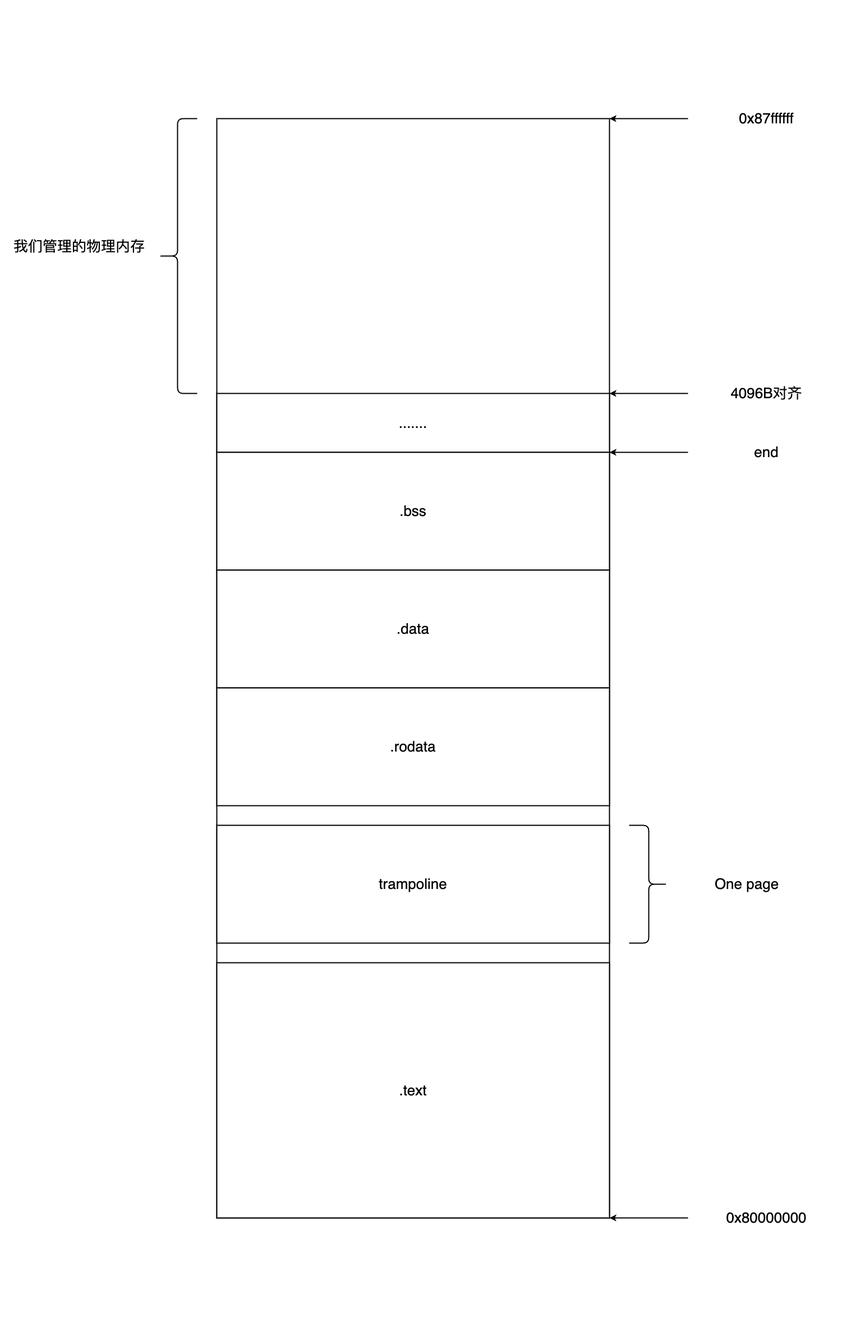
Earlier version of the draw.io export doc/images/我们管理的内存空间布局.png (Firefly-Star/LearnOS). Source tidied: cells renumbered, new cells last; positions are measured from the earlier drawing's top-left corner, leaving out a move shared by most shapes. The source it was exported from:
```xml
<mxGraphModel background="#ffffff">
  <root>
    <mxCell id="0" />
    <mxCell id="1" parent="0" />
    <mxCell id="2" style="group;fontSize=26;" parent="1" vertex="1">
      <mxGeometry width="1540" height="2380" as="geometry" />
    </mxCell>
    <mxCell id="3" style="rounded=0;whiteSpace=wrap;html=1;strokeColor=none;strokeWidth=2;fontSize=26;fontColor=#000000;fillColor=#FFFFFF;" parent="2" vertex="1">
      <mxGeometry width="1540" height="2380" as="geometry" />
    </mxCell>
    <mxCell id="4" style="rounded=0;whiteSpace=wrap;html=1;strokeColor=#000000;fillColor=#FFFFFF;strokeWidth=2;fontSize=26;" parent="2" vertex="1">
      <mxGeometry x="385" y="210" width="700" height="1960" as="geometry" />
    </mxCell>
    <mxCell id="5" value="&lt;font color=&quot;#000000&quot; style=&quot;font-size: 26px;&quot;&gt;.......&lt;/font&gt;" style="rounded=0;whiteSpace=wrap;html=1;strokeColor=#000000;strokeWidth=2;fillColor=#FFFFFF;fontSize=26;" parent="2" vertex="1">
      <mxGeometry x="385" y="700" width="700" height="105" as="geometry" />
    </mxCell>
    <mxCell id="6" value="&lt;font color=&quot;#000000&quot; style=&quot;font-size: 26px;&quot;&gt;.bss&lt;/font&gt;" style="rounded=0;whiteSpace=wrap;html=1;strokeColor=#000000;strokeWidth=2;fillColor=#FFFFFF;fontSize=26;" parent="2" vertex="1">
      <mxGeometry x="385" y="805" width="700" height="210" as="geometry" />
    </mxCell>
    <mxCell id="7" value="&lt;font color=&quot;#000000&quot; style=&quot;font-size: 26px;&quot;&gt;.data&lt;/font&gt;" style="rounded=0;whiteSpace=wrap;html=1;strokeColor=#000000;strokeWidth=2;fillColor=#FFFFFF;fontSize=26;" parent="2" vertex="1">
      <mxGeometry x="385" y="1015" width="700" height="210" as="geometry" />
    </mxCell>
    <mxCell id="8" value="&lt;font color=&quot;#000000&quot; style=&quot;font-size: 26px;&quot;&gt;.rodata&lt;/font&gt;" style="rounded=0;whiteSpace=wrap;html=1;strokeColor=#000000;strokeWidth=2;fillColor=#FFFFFF;fontSize=26;" parent="2" vertex="1">
      <mxGeometry x="385" y="1225" width="700" height="210" as="geometry" />
    </mxCell>
    <mxCell id="9" value="&lt;font color=&quot;#000000&quot; style=&quot;font-size: 26px;&quot;&gt;trampoline&lt;/font&gt;" style="rounded=0;whiteSpace=wrap;html=1;strokeColor=#000000;strokeWidth=2;fillColor=#FFFFFF;fontSize=26;" parent="2" vertex="1">
      <mxGeometry x="385" y="1470" width="700" height="210" as="geometry" />
    </mxCell>
    <mxCell id="10" value="&lt;font color=&quot;#000000&quot; style=&quot;font-size: 26px;&quot;&gt;.text&lt;/font&gt;" style="rounded=0;whiteSpace=wrap;html=1;strokeColor=#000000;strokeWidth=2;fillColor=#FFFFFF;fontSize=26;" parent="2" vertex="1">
      <mxGeometry x="385" y="1715" width="700" height="455" as="geometry" />
    </mxCell>
    <mxCell id="11" style="shape=curlyBracket;whiteSpace=wrap;html=1;rounded=1;flipH=1;labelPosition=right;verticalLabelPosition=middle;align=left;verticalAlign=middle;strokeColor=#000000;strokeWidth=2;fontSize=26;fontColor=#000000;fillColor=#FFFFFF;" parent="2" vertex="1">
      <mxGeometry x="1120" y="1470" width="70" height="210" as="geometry" />
    </mxCell>
    <mxCell id="12" value="One page" style="text;html=1;strokeColor=none;fillColor=none;align=center;verticalAlign=middle;whiteSpace=wrap;rounded=0;strokeWidth=2;fontSize=26;fontColor=#000000;" parent="2" vertex="1">
      <mxGeometry x="1190" y="1522.5" width="280" height="105" as="geometry" />
    </mxCell>
    <mxCell id="13" value="我们管理的物理内存" style="text;html=1;strokeColor=none;fillColor=none;align=center;verticalAlign=middle;whiteSpace=wrap;rounded=0;strokeWidth=2;fontSize=26;fontColor=#000000;" parent="2" vertex="1">
      <mxGeometry y="385" width="280" height="105" as="geometry" />
    </mxCell>
    <mxCell id="14" style="shape=curlyBracket;whiteSpace=wrap;html=1;rounded=1;labelPosition=left;verticalLabelPosition=middle;align=right;verticalAlign=middle;strokeColor=#000000;strokeWidth=2;fontSize=26;fontColor=#000000;fillColor=#FFFFFF;" parent="2" vertex="1">
      <mxGeometry x="280" y="210" width="70" height="490" as="geometry" />
    </mxCell>
    <mxCell id="15" style="endArrow=classic;html=1;fontSize=26;fontColor=#000000;entryX=1;entryY=0;entryDx=0;entryDy=0;strokeColor=#000000;strokeWidth=2;" parent="2" edge="1" target="4">
      <mxGeometry relative="1" as="geometry">
        <mxPoint x="1225" y="210" as="sourcePoint" />
      </mxGeometry>
    </mxCell>
    <mxCell id="16" value="0x87ffffff" style="text;html=1;strokeColor=none;fillColor=none;align=center;verticalAlign=middle;whiteSpace=wrap;rounded=0;strokeWidth=2;fontSize=26;fontColor=#000000;" parent="2" vertex="1">
      <mxGeometry x="1225" y="157.5" width="280" height="105" as="geometry" />
    </mxCell>
    <mxCell id="17" style="endArrow=classic;html=1;fontSize=26;fontColor=#000000;entryX=1;entryY=0;entryDx=0;entryDy=0;strokeColor=#000000;strokeWidth=2;" parent="2" edge="1">
      <mxGeometry relative="1" as="geometry">
        <mxPoint x="1225" y="700" as="sourcePoint" />
        <mxPoint x="1085" y="700" as="targetPoint" />
      </mxGeometry>
    </mxCell>
    <mxCell id="18" value="4096B对齐" style="text;html=1;strokeColor=none;fillColor=none;align=center;verticalAlign=middle;whiteSpace=wrap;rounded=0;strokeWidth=2;fontSize=26;fontColor=#000000;" parent="2" vertex="1">
      <mxGeometry x="1225" y="647.5" width="280" height="105" as="geometry" />
    </mxCell>
    <mxCell id="19" style="endArrow=classic;html=1;fontSize=26;fontColor=#000000;entryX=1;entryY=0;entryDx=0;entryDy=0;strokeColor=#000000;strokeWidth=2;" parent="2" edge="1">
      <mxGeometry relative="1" as="geometry">
        <mxPoint x="1225" y="805" as="sourcePoint" />
        <mxPoint x="1085" y="805" as="targetPoint" />
      </mxGeometry>
    </mxCell>
    <mxCell id="20" value="end" style="text;html=1;strokeColor=none;fillColor=none;align=center;verticalAlign=middle;whiteSpace=wrap;rounded=0;strokeWidth=2;fontSize=26;fontColor=#000000;" parent="2" vertex="1">
      <mxGeometry x="1225" y="752.5" width="280" height="105" as="geometry" />
    </mxCell>
    <mxCell id="21" style="endArrow=classic;html=1;fontSize=26;fontColor=#000000;entryX=1;entryY=0;entryDx=0;entryDy=0;strokeColor=#000000;strokeWidth=2;" parent="2" edge="1">
      <mxGeometry relative="1" as="geometry">
        <mxPoint x="1225" y="2170" as="sourcePoint" />
        <mxPoint x="1085" y="2170" as="targetPoint" />
      </mxGeometry>
    </mxCell>
    <mxCell id="22" value="0x80000000" style="text;html=1;strokeColor=none;fillColor=none;align=center;verticalAlign=middle;whiteSpace=wrap;rounded=0;strokeWidth=2;fontSize=26;fontColor=#000000;" parent="2" vertex="1">
      <mxGeometry x="1225" y="2117.5" width="280" height="105" as="geometry" />
    </mxCell>
  </root>
</mxGraphModel>
```
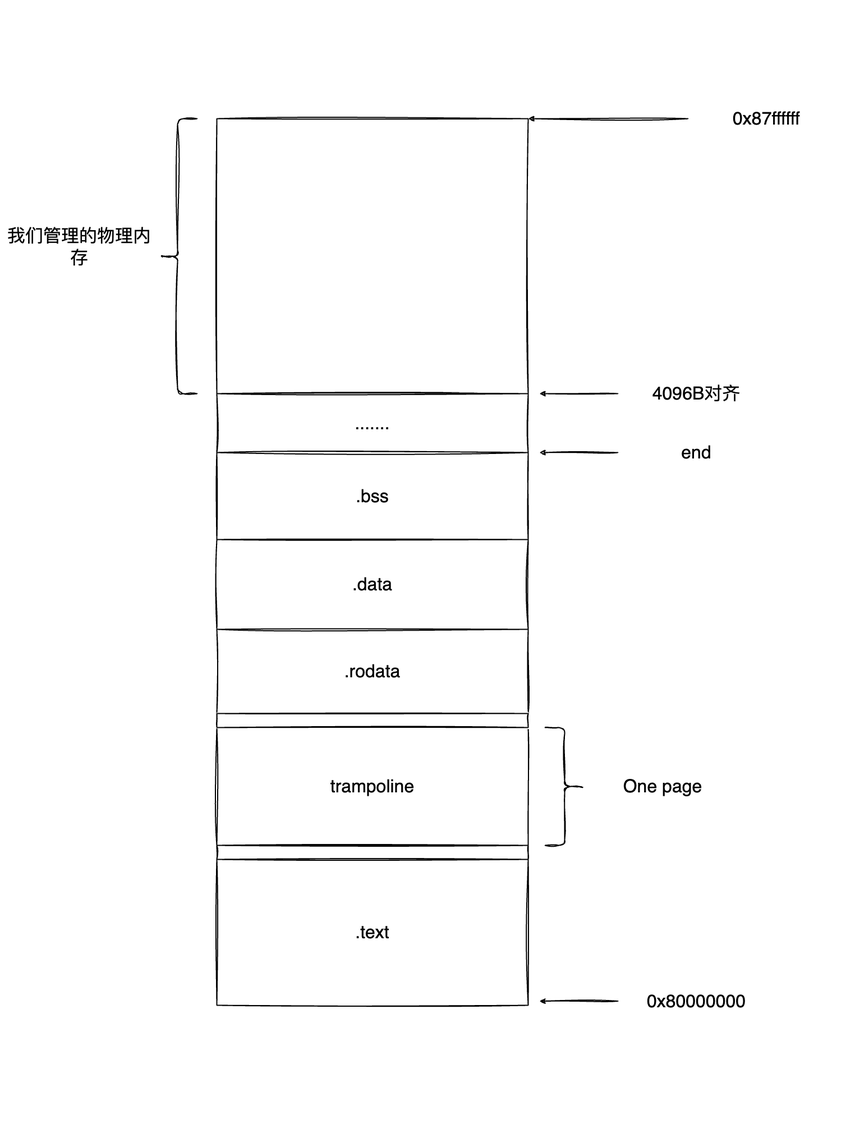
After the commit.

What changed in the source:
```diff
@@ -2,79 +2,82 @@
   <root>
     <mxCell id="0" />
     <mxCell id="1" parent="0" />
-    <mxCell id="2" style="group;fontSize=26;" parent="1" vertex="1">
-      <mxGeometry width="1540" height="2380" as="geometry" />
-    </mxCell>
-    <mxCell id="3" style="rounded=0;whiteSpace=wrap;html=1;strokeColor=none;strokeWidth=2;fontSize=26;fontColor=#000000;fillColor=#FFFFFF;" parent="2" vertex="1">
-      <mxGeometry width="1540" height="2380" as="geometry" />
+    <mxCell id="3" style="rounded=0;whiteSpace=wrap;html=1;strokeColor=none;strokeWidth=2;fontSize=32;fontColor=#000000;fillColor=#FFFFFF;sketch=1;curveFitting=1;jiggle=2;shadow=0;" parent="1" vertex="1">
+      <mxGeometry width="1450" height="2000" as="geometry" />
     </mxCell>
-    <mxCell id="4" style="rounded=0;whiteSpace=wrap;html=1;strokeColor=#000000;fillColor=#FFFFFF;strokeWidth=2;fontSize=26;" parent="2" vertex="1">
-      <mxGeometry x="385" y="210" width="700" height="1960" as="geometry" />
+    <mxCell id="4" style="rounded=0;whiteSpace=wrap;html=1;strokeColor=#000000;fillColor=#FFFFFF;strokeWidth=2;fontSize=32;sketch=1;curveFitting=1;jiggle=2;shadow=0;" parent="1" vertex="1">
+      <mxGeometry x="385" y="210" width="555" height="490" as="geometry" />
     </mxCell>
-    <mxCell id="5" value="&lt;font color=&quot;#000000&quot; style=&quot;font-size: 26px;&quot;&gt;.......&lt;/font&gt;" style="rounded=0;whiteSpace=wrap;html=1;strokeColor=#000000;strokeWidth=2;fillColor=#FFFFFF;fontSize=26;" parent="2" vertex="1">
-      <mxGeometry x="385" y="700" width="700" height="105" as="geometry" />
+    <mxCell id="5" value="&lt;font color=&quot;#000000&quot; style=&quot;font-size: 32px;&quot;&gt;.......&lt;/font&gt;" style="rounded=0;whiteSpace=wrap;html=1;strokeColor=#000000;strokeWidth=2;fillColor=#FFFFFF;fontSize=32;sketch=1;curveFitting=1;jiggle=2;shadow=0;" parent="1" vertex="1">
+      <mxGeometry x="385" y="700" width="555" height="105" as="geometry" />
     </mxCell>
-    <mxCell id="6" value="&lt;font color=&quot;#000000&quot; style=&quot;font-size: 26px;&quot;&gt;.bss&lt;/font&gt;" style="rounded=0;whiteSpace=wrap;html=1;strokeColor=#000000;strokeWidth=2;fillColor=#FFFFFF;fontSize=26;" parent="2" vertex="1">
-      <mxGeometry x="385" y="805" width="700" height="210" as="geometry" />
+    <mxCell id="6" value="&lt;font color=&quot;#000000&quot; style=&quot;font-size: 32px;&quot;&gt;.bss&lt;/font&gt;" style="rounded=0;whiteSpace=wrap;html=1;strokeColor=#000000;strokeWidth=2;fillColor=#FFFFFF;fontSize=32;sketch=1;curveFitting=1;jiggle=2;shadow=0;" parent="1" vertex="1">
+      <mxGeometry x="385" y="805" width="555" height="155" as="geometry" />
     </mxCell>
-    <mxCell id="7" value="&lt;font color=&quot;#000000&quot; style=&quot;font-size: 26px;&quot;&gt;.data&lt;/font&gt;" style="rounded=0;whiteSpace=wrap;html=1;strokeColor=#000000;strokeWidth=2;fillColor=#FFFFFF;fontSize=26;" parent="2" vertex="1">
-      <mxGeometry x="385" y="1015" width="700" height="210" as="geometry" />
+    <mxCell id="7" value="&lt;font color=&quot;#000000&quot; style=&quot;font-size: 32px;&quot;&gt;.data&lt;/font&gt;" style="rounded=0;whiteSpace=wrap;html=1;strokeColor=#000000;strokeWidth=2;fillColor=#FFFFFF;fontSize=32;sketch=1;curveFitting=1;jiggle=2;shadow=0;" parent="1" vertex="1">
+      <mxGeometry x="385" y="960" width="555" height="160" as="geometry" />
     </mxCell>
-    <mxCell id="8" value="&lt;font color=&quot;#000000&quot; style=&quot;font-size: 26px;&quot;&gt;.rodata&lt;/font&gt;" style="rounded=0;whiteSpace=wrap;html=1;strokeColor=#000000;strokeWidth=2;fillColor=#FFFFFF;fontSize=26;" parent="2" vertex="1">
-      <mxGeometry x="385" y="1225" width="700" height="210" as="geometry" />
+    <mxCell id="8" value="&lt;font color=&quot;#000000&quot; style=&quot;font-size: 32px;&quot;&gt;.rodata&lt;/font&gt;" style="rounded=0;whiteSpace=wrap;html=1;strokeColor=#000000;strokeWidth=2;fillColor=#FFFFFF;fontSize=32;sketch=1;curveFitting=1;jiggle=2;shadow=0;" parent="1" vertex="1">
+      <mxGeometry x="385" y="1120" width="555" height="150" as="geometry" />
     </mxCell>
-    <mxCell id="9" value="&lt;font color=&quot;#000000&quot; style=&quot;font-size: 26px;&quot;&gt;trampoline&lt;/font&gt;" style="rounded=0;whiteSpace=wrap;html=1;strokeColor=#000000;strokeWidth=2;fillColor=#FFFFFF;fontSize=26;" parent="2" vertex="1">
-      <mxGeometry x="385" y="1470" width="700" height="210" as="geometry" />
+    <mxCell id="9" value="&lt;font color=&quot;#000000&quot; style=&quot;font-size: 32px;&quot;&gt;trampoline&lt;/font&gt;" style="rounded=0;whiteSpace=wrap;html=1;strokeColor=#000000;strokeWidth=2;fillColor=#FFFFFF;fontSize=32;sketch=1;curveFitting=1;jiggle=2;shadow=0;" parent="1" vertex="1">
+      <mxGeometry x="385" y="1295" width="555" height="210" as="geometry" />
     </mxCell>
-    <mxCell id="10" value="&lt;font color=&quot;#000000&quot; style=&quot;font-size: 26px;&quot;&gt;.text&lt;/font&gt;" style="rounded=0;whiteSpace=wrap;html=1;strokeColor=#000000;strokeWidth=2;fillColor=#FFFFFF;fontSize=26;" parent="2" vertex="1">
-      <mxGeometry x="385" y="1715" width="700" height="455" as="geometry" />
+    <mxCell id="10" value="&lt;font color=&quot;#000000&quot; style=&quot;font-size: 32px;&quot;&gt;.text&lt;/font&gt;" style="rounded=0;whiteSpace=wrap;html=1;strokeColor=#000000;strokeWidth=2;fillColor=#FFFFFF;fontSize=32;sketch=1;curveFitting=1;jiggle=2;shadow=0;" parent="1" vertex="1">
+      <mxGeometry x="385" y="1530" width="555" height="260" as="geometry" />
     </mxCell>
-    <mxCell id="11" style="shape=curlyBracket;whiteSpace=wrap;html=1;rounded=1;flipH=1;labelPosition=right;verticalLabelPosition=middle;align=left;verticalAlign=middle;strokeColor=#000000;strokeWidth=2;fontSize=26;fontColor=#000000;fillColor=#FFFFFF;" parent="2" vertex="1">
-      <mxGeometry x="1120" y="1470" width="70" height="210" as="geometry" />
+    <mxCell id="11" style="shape=curlyBracket;whiteSpace=wrap;html=1;rounded=1;flipH=1;labelPosition=right;verticalLabelPosition=middle;align=left;verticalAlign=middle;strokeColor=#000000;strokeWidth=2;fontSize=32;fontColor=#000000;fillColor=#FFFFFF;sketch=1;curveFitting=1;jiggle=2;shadow=0;" parent="1" vertex="1">
+      <mxGeometry x="970" y="1295" width="70" height="210" as="geometry" />
     </mxCell>
-    <mxCell id="12" value="One page" style="text;html=1;strokeColor=none;fillColor=none;align=center;verticalAlign=middle;whiteSpace=wrap;rounded=0;strokeWidth=2;fontSize=26;fontColor=#000000;" parent="2" vertex="1">
-      <mxGeometry x="1190" y="1522.5" width="280" height="105" as="geometry" />
+    <mxCell id="12" value="One page" style="text;html=1;strokeColor=none;fillColor=none;align=center;verticalAlign=middle;whiteSpace=wrap;rounded=0;strokeWidth=2;fontSize=32;fontColor=#000000;sketch=1;curveFitting=1;jiggle=2;shadow=0;" parent="1" vertex="1">
+      <mxGeometry x="1040" y="1347.5" width="280" height="105" as="geometry" />
     </mxCell>
-    <mxCell id="13" value="我们管理的物理内存" style="text;html=1;strokeColor=none;fillColor=none;align=center;verticalAlign=middle;whiteSpace=wrap;rounded=0;strokeWidth=2;fontSize=26;fontColor=#000000;" parent="2" vertex="1">
+    <mxCell id="13" value="我们管理的物理内存" style="text;html=1;strokeColor=none;fillColor=none;align=center;verticalAlign=middle;whiteSpace=wrap;rounded=0;strokeWidth=2;fontSize=32;fontColor=#000000;sketch=1;curveFitting=1;jiggle=2;shadow=0;" parent="1" vertex="1">
       <mxGeometry y="385" width="280" height="105" as="geometry" />
     </mxCell>
-    <mxCell id="14" style="shape=curlyBracket;whiteSpace=wrap;html=1;rounded=1;labelPosition=left;verticalLabelPosition=middle;align=right;verticalAlign=middle;strokeColor=#000000;strokeWidth=2;fontSize=26;fontColor=#000000;fillColor=#FFFFFF;" parent="2" vertex="1">
+    <mxCell id="14" style="shape=curlyBracket;whiteSpace=wrap;html=1;rounded=1;labelPosition=left;verticalLabelPosition=middle;align=right;verticalAlign=middle;strokeColor=#000000;strokeWidth=2;fontSize=32;fontColor=#000000;fillColor=#FFFFFF;sketch=1;curveFitting=1;jiggle=2;shadow=0;" parent="1" vertex="1">
       <mxGeometry x="280" y="210" width="70" height="490" as="geometry" />
     </mxCell>
-    <mxCell id="15" style="endArrow=classic;html=1;fontSize=26;fontColor=#000000;entryX=1;entryY=0;entryDx=0;entryDy=0;strokeColor=#000000;strokeWidth=2;" parent="2" edge="1" target="4">
+    <mxCell id="15" style="endArrow=classic;html=1;fontSize=32;fontColor=#000000;entryX=1;entryY=0;entryDx=0;entryDy=0;strokeColor=#000000;strokeWidth=2;sketch=1;curveFitting=1;jiggle=2;shadow=0;" parent="1" edge="1" target="4">
       <mxGeometry relative="1" as="geometry">
         <mxPoint x="1225" y="210" as="sourcePoint" />
       </mxGeometry>
     </mxCell>
-    <mxCell id="16" value="0x87ffffff" style="text;html=1;strokeColor=none;fillColor=none;align=center;verticalAlign=middle;whiteSpace=wrap;rounded=0;strokeWidth=2;fontSize=26;fontColor=#000000;" parent="2" vertex="1">
+    <mxCell id="16" value="0x87ffffff" style="text;html=1;strokeColor=none;fillColor=none;align=center;verticalAlign=middle;whiteSpace=wrap;rounded=0;strokeWidth=2;fontSize=32;fontColor=#000000;sketch=1;curveFitting=1;jiggle=2;shadow=0;" parent="1" vertex="1">
       <mxGeometry x="1225" y="157.5" width="280" height="105" as="geometry" />
     </mxCell>
-    <mxCell id="17" style="endArrow=classic;html=1;fontSize=26;fontColor=#000000;entryX=1;entryY=0;entryDx=0;entryDy=0;strokeColor=#000000;strokeWidth=2;" parent="2" edge="1">
+    <mxCell id="17" style="endArrow=classic;html=1;fontSize=32;fontColor=#000000;entryX=1;entryY=0;entryDx=0;entryDy=0;strokeColor=#000000;strokeWidth=2;sketch=1;curveFitting=1;jiggle=2;shadow=0;" parent="1" edge="1">
       <mxGeometry relative="1" as="geometry">
-        <mxPoint x="1225" y="700" as="sourcePoint" />
-        <mxPoint x="1085" y="700" as="targetPoint" />
+        <mxPoint x="1100" y="700" as="sourcePoint" />
+        <mxPoint x="960" y="700" as="targetPoint" />
       </mxGeometry>
     </mxCell>
-    <mxCell id="18" value="4096B对齐" style="text;html=1;strokeColor=none;fillColor=none;align=center;verticalAlign=middle;whiteSpace=wrap;rounded=0;strokeWidth=2;fontSize=26;fontColor=#000000;" parent="2" vertex="1">
-      <mxGeometry x="1225" y="647.5" width="280" height="105" as="geometry" />
+    <mxCell id="18" value="4096B对齐" style="text;html=1;strokeColor=none;fillColor=none;align=center;verticalAlign=middle;whiteSpace=wrap;rounded=0;strokeWidth=2;fontSize=32;fontColor=#000000;sketch=1;curveFitting=1;jiggle=2;shadow=0;" parent="1" vertex="1">
+      <mxGeometry x="1100" y="647.5" width="280" height="105" as="geometry" />
     </mxCell>
-    <mxCell id="19" style="endArrow=classic;html=1;fontSize=26;fontColor=#000000;entryX=1;entryY=0;entryDx=0;entryDy=0;strokeColor=#000000;strokeWidth=2;" parent="2" edge="1">
+    <mxCell id="19" style="endArrow=classic;html=1;fontSize=32;fontColor=#000000;entryX=1;entryY=0;entryDx=0;entryDy=0;strokeColor=#000000;strokeWidth=2;sketch=1;curveFitting=1;jiggle=2;shadow=0;" parent="1" edge="1">
       <mxGeometry relative="1" as="geometry">
-        <mxPoint x="1225" y="805" as="sourcePoint" />
-        <mxPoint x="1085" y="805" as="targetPoint" />
+        <mxPoint x="1100" y="805" as="sourcePoint" />
+        <mxPoint x="960" y="805" as="targetPoint" />
       </mxGeometry>
     </mxCell>
-    <mxCell id="20" value="end" style="text;html=1;strokeColor=none;fillColor=none;align=center;verticalAlign=middle;whiteSpace=wrap;rounded=0;strokeWidth=2;fontSize=26;fontColor=#000000;" parent="2" vertex="1">
-      <mxGeometry x="1225" y="752.5" width="280" height="105" as="geometry" />
+    <mxCell id="20" value="end" style="text;html=1;strokeColor=none;fillColor=none;align=center;verticalAlign=middle;whiteSpace=wrap;rounded=0;strokeWidth=2;fontSize=32;fontColor=#000000;sketch=1;curveFitting=1;jiggle=2;shadow=0;" parent="1" vertex="1">
+      <mxGeometry x="1100" y="752.5" width="280" height="105" as="geometry" />
     </mxCell>
-    <mxCell id="21" style="endArrow=classic;html=1;fontSize=26;fontColor=#000000;entryX=1;entryY=0;entryDx=0;entryDy=0;strokeColor=#000000;strokeWidth=2;" parent="2" edge="1">
+    <mxCell id="21" style="endArrow=classic;html=1;fontSize=32;fontColor=#000000;entryX=1;entryY=0;entryDx=0;entryDy=0;strokeColor=#000000;strokeWidth=2;sketch=1;curveFitting=1;jiggle=2;shadow=0;" parent="1" edge="1">
       <mxGeometry relative="1" as="geometry">
-        <mxPoint x="1225" y="2170" as="sourcePoint" />
-        <mxPoint x="1085" y="2170" as="targetPoint" />
+        <mxPoint x="1100" y="1782.5" as="sourcePoint" />
+        <mxPoint x="960" y="1782.5" as="targetPoint" />
       </mxGeometry>
     </mxCell>
-    <mxCell id="22" value="0x80000000" style="text;html=1;strokeColor=none;fillColor=none;align=center;verticalAlign=middle;whiteSpace=wrap;rounded=0;strokeWidth=2;fontSize=26;fontColor=#000000;" parent="2" vertex="1">
-      <mxGeometry x="1225" y="2117.5" width="280" height="105" as="geometry" />
+    <mxCell id="22" value="0x80000000" style="text;html=1;strokeColor=none;fillColor=none;align=center;verticalAlign=middle;whiteSpace=wrap;rounded=0;strokeWidth=2;fontSize=32;fontColor=#000000;sketch=1;curveFitting=1;jiggle=2;shadow=0;" parent="1" vertex="1">
+      <mxGeometry x="1100" y="1730" width="280" height="105" as="geometry" />
     </mxCell>
+    <mxCell id="23" style="rounded=0;whiteSpace=wrap;html=1;strokeColor=#000000;strokeWidth=2;fillColor=#FFFFFF;fontSize=32;sketch=1;curveFitting=1;jiggle=2;shadow=0;" parent="1" vertex="1">
+      <mxGeometry x="385" y="1505" width="555" height="25" as="geometry" />
+    </mxCell>
+    <mxCell id="24" style="rounded=0;whiteSpace=wrap;html=1;strokeColor=#000000;strokeWidth=2;fillColor=#FFFFFF;fontSize=32;sketch=1;curveFitting=1;jiggle=2;shadow=0;" parent="1" vertex="1">
+      <mxGeometry x="385" y="1270" width="555" height="25" as="geometry" />
+    </mxCell>
   </root>
 </mxGraphModel>
```
